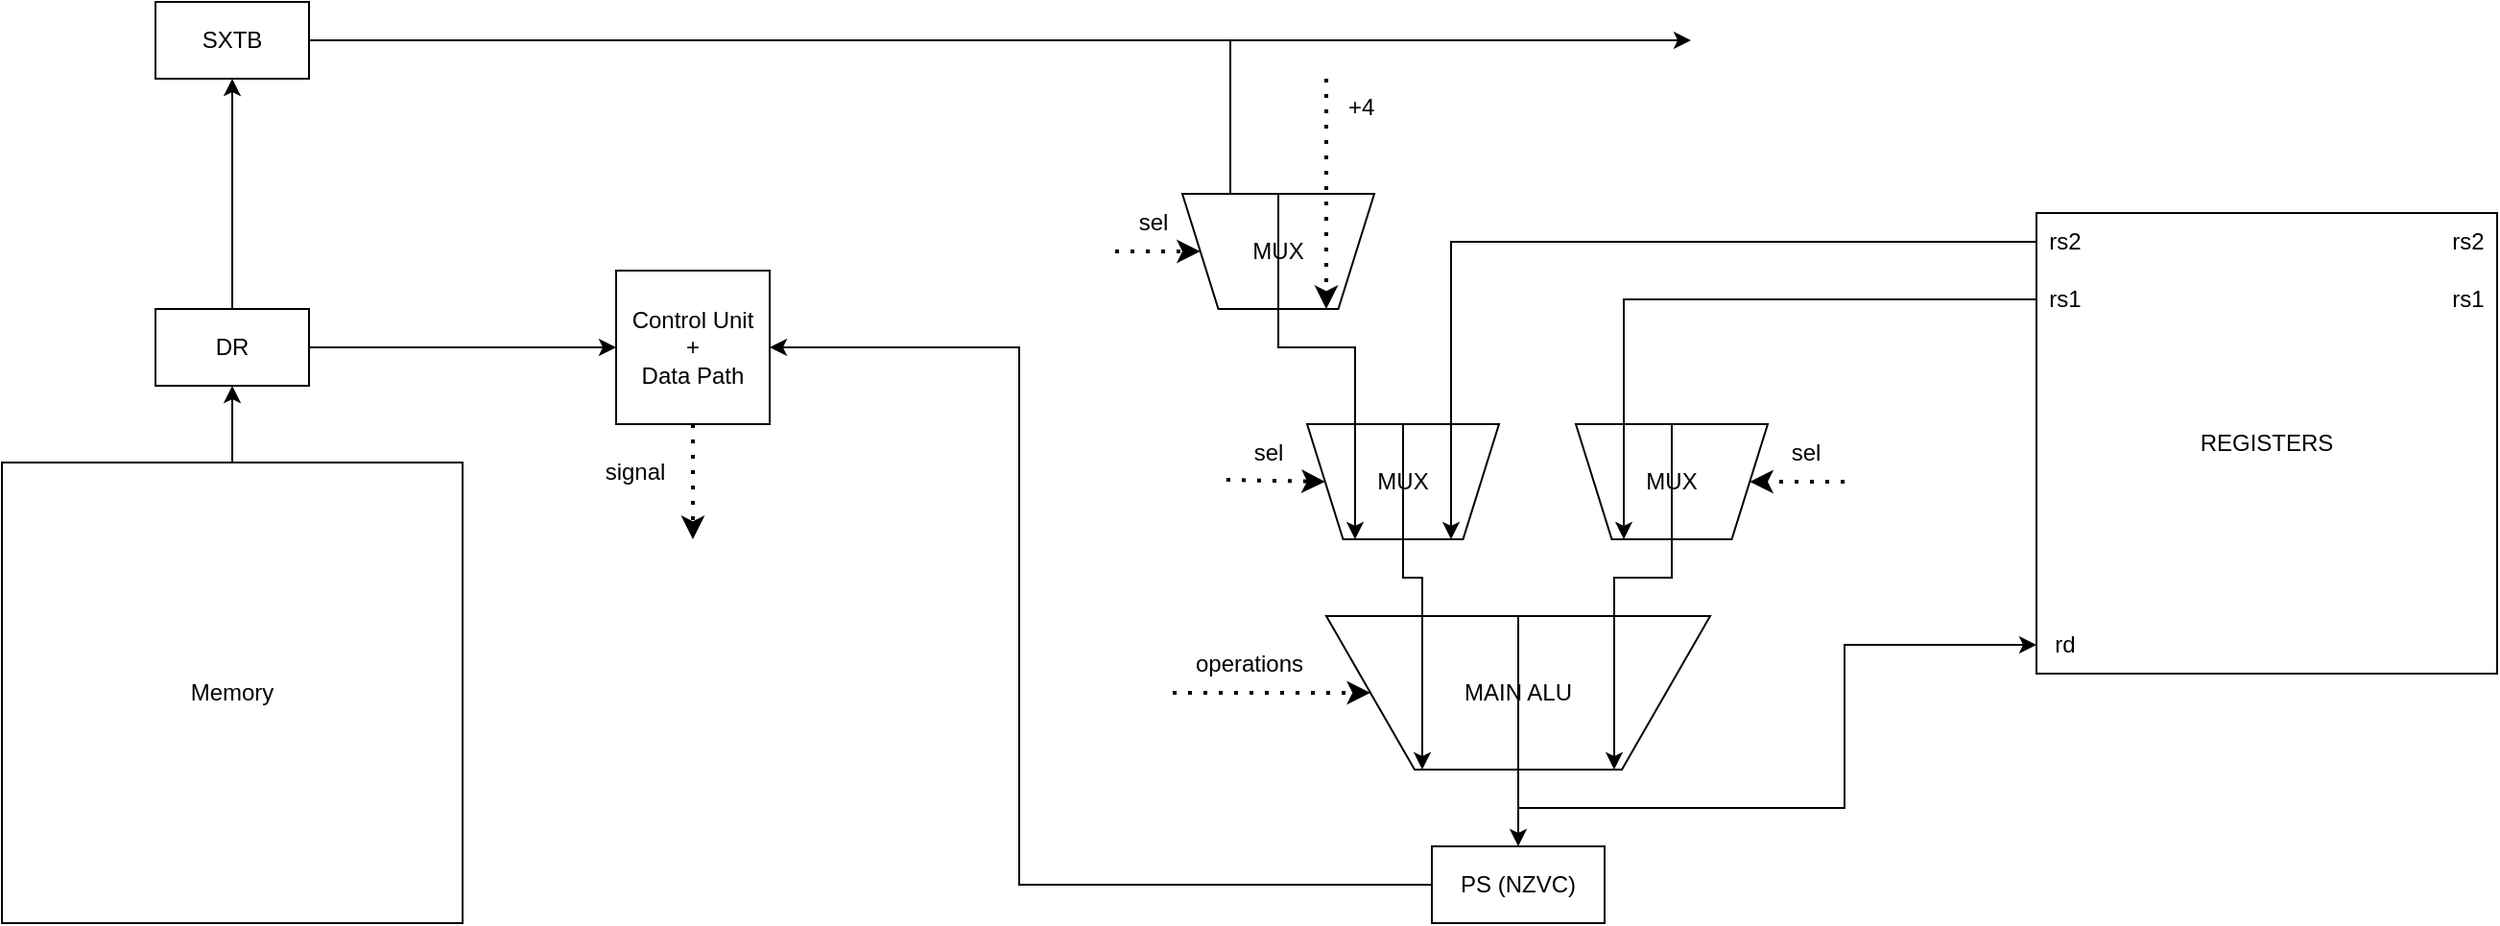
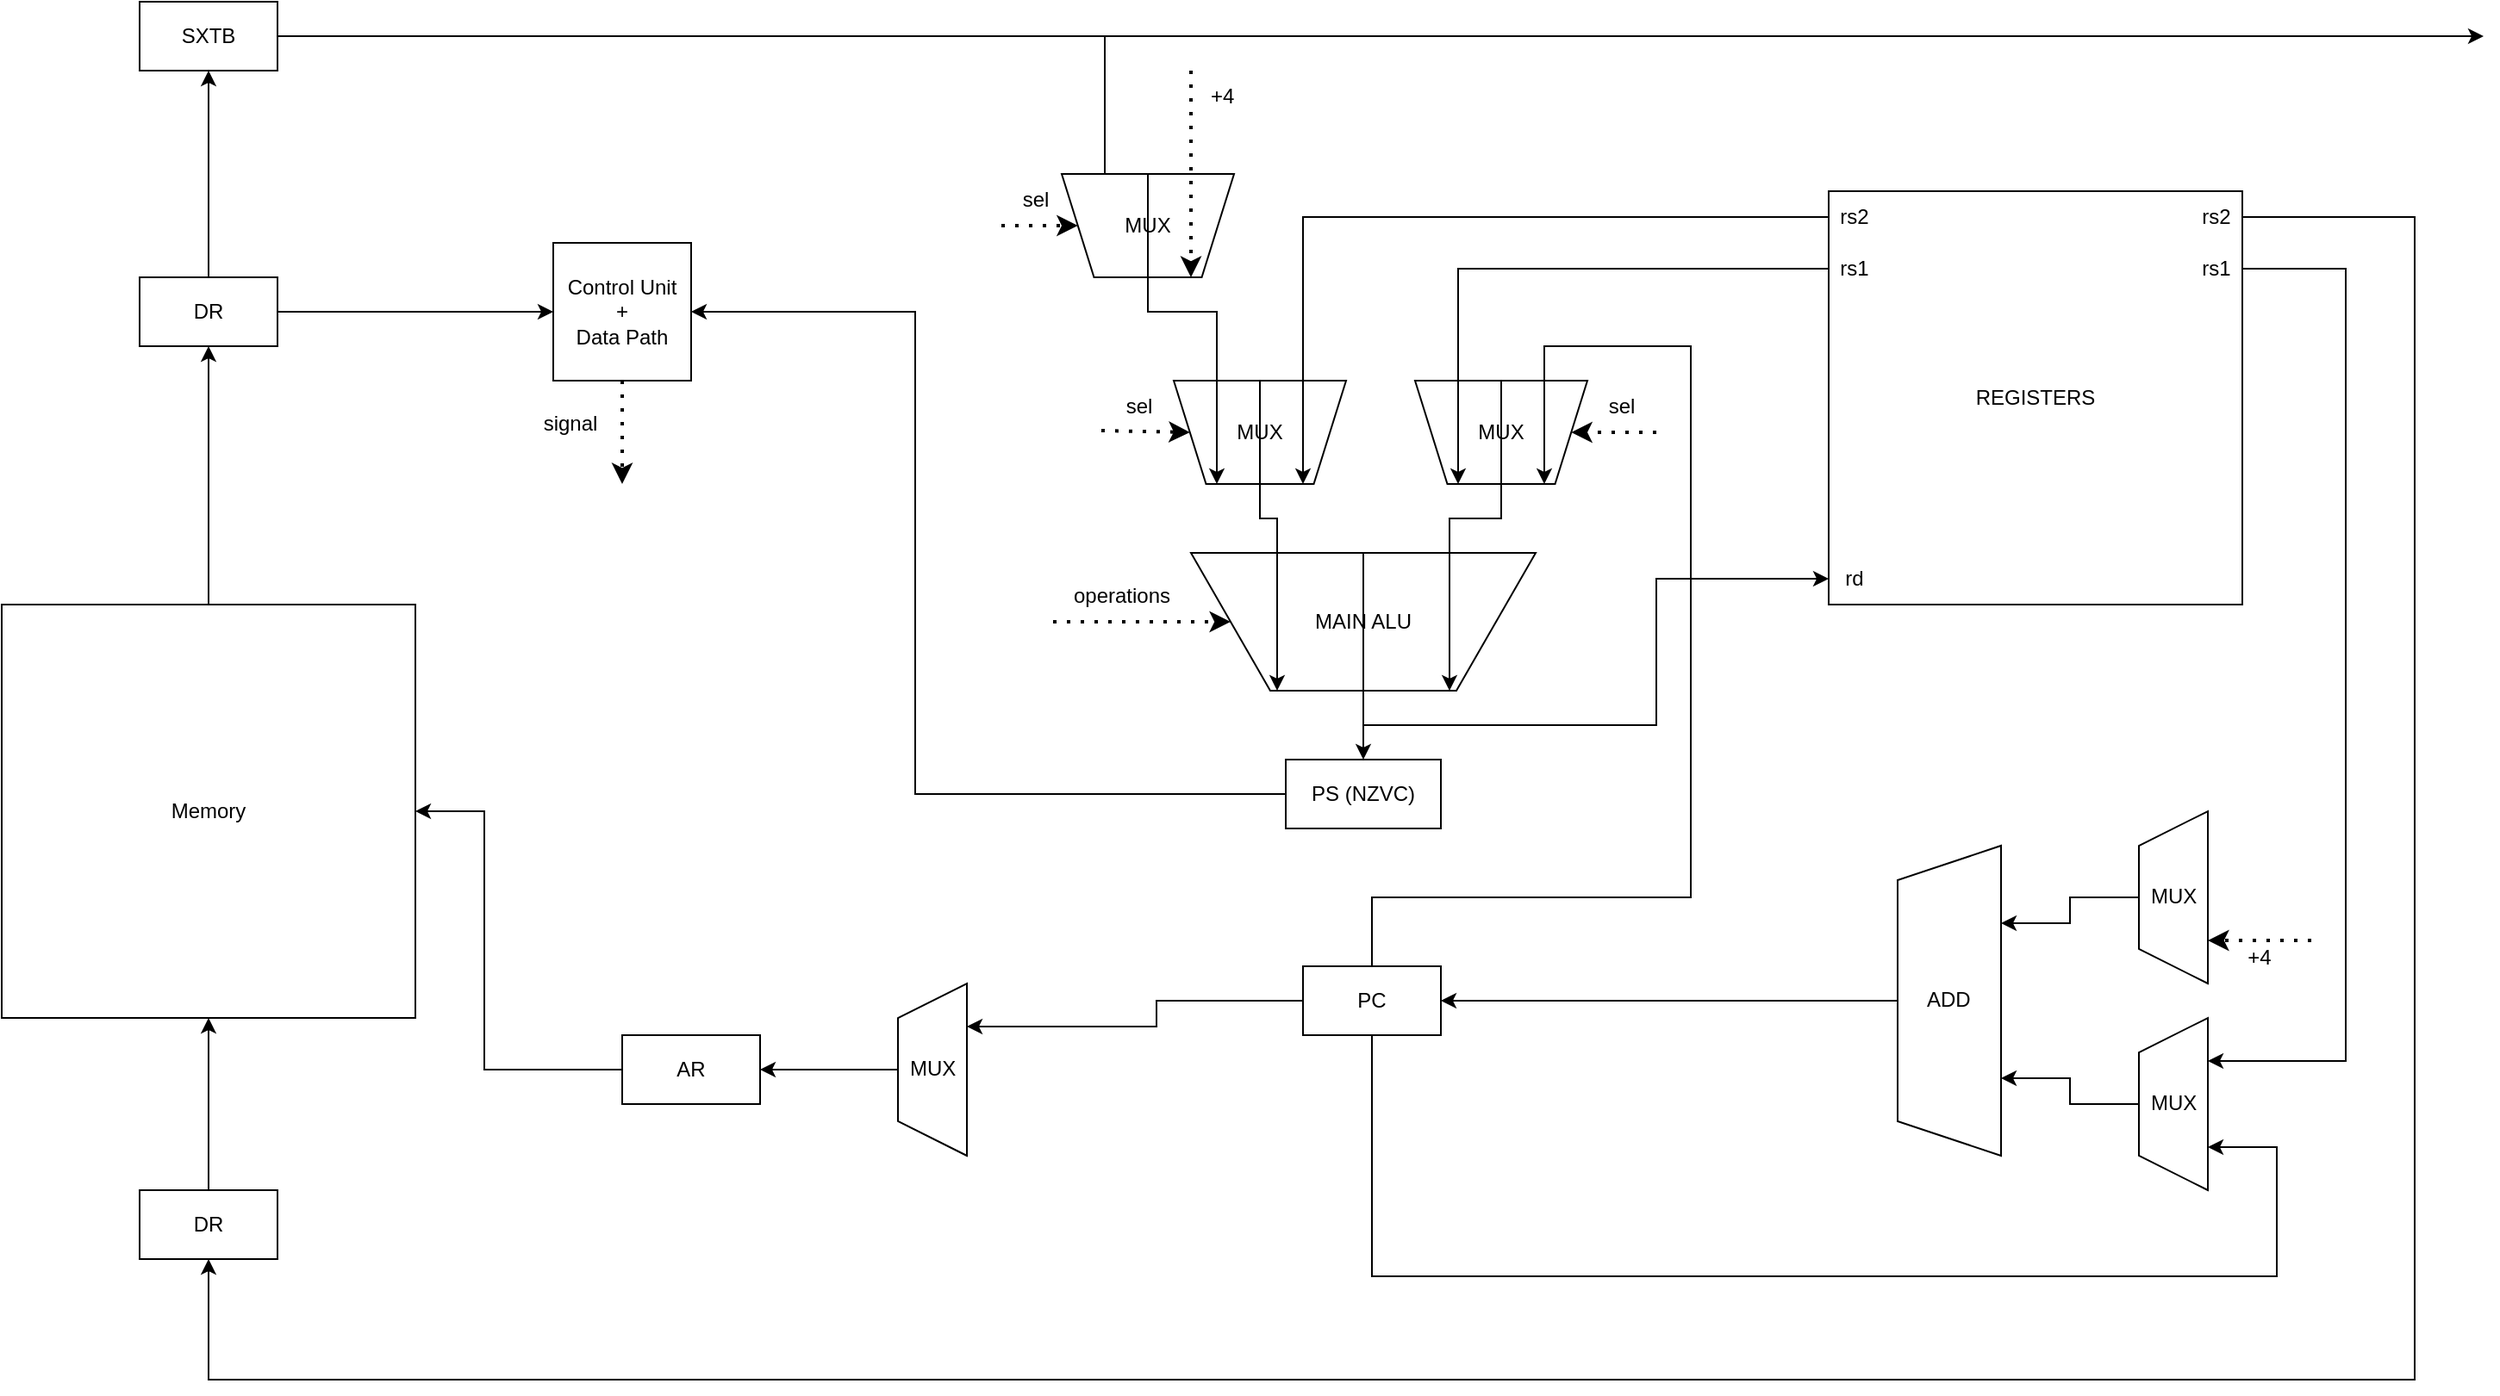
<mxfile host="app.diagrams.net">
  <diagram name="Страница-1" id="GEiXiWzBqvptXLFWwNAM">
-     <mxGraphModel dx="886" dy="1378" grid="1" gridSize="10" guides="1" tooltips="1" connect="1" arrows="1" fold="1" page="1" pageScale="1" pageWidth="827" pageHeight="1169" math="0" shadow="0">
+     <mxGraphModel dx="1474" dy="2310" grid="1" gridSize="10" guides="1" tooltips="1" connect="1" arrows="1" fold="1" page="1" pageScale="1" pageWidth="827" pageHeight="1169" math="0" shadow="0">
      <root>
        <mxCell id="0" />
        <mxCell id="1" parent="0" />
        <mxCell id="x7Vldp6EQ6zD9LTRAYiV-1" parent="1" style="whiteSpace=wrap;html=1;aspect=fixed;" value="Memory" vertex="1">
-           <mxGeometry height="240" width="240" x="40" y="400" as="geometry" />
+           <mxGeometry height="240" width="240" x="40" y="510" as="geometry" />
        </mxCell>
        <mxCell id="x7Vldp6EQ6zD9LTRAYiV-5" parent="1" style="rounded=0;whiteSpace=wrap;html=1;" value="DR" vertex="1">
          <mxGeometry height="40" width="80" x="120" y="320" as="geometry" />
        </mxCell>
        <mxCell id="x7Vldp6EQ6zD9LTRAYiV-6" edge="1" parent="1" source="x7Vldp6EQ6zD9LTRAYiV-1" style="endArrow=classic;html=1;rounded=0;entryX=0.5;entryY=1;entryDx=0;entryDy=0;exitX=0.5;exitY=0;exitDx=0;exitDy=0;" target="x7Vldp6EQ6zD9LTRAYiV-5" value="">
          <mxGeometry height="50" relative="1" width="50" as="geometry">
            <mxPoint x="310" y="620" as="sourcePoint" />
            <mxPoint x="360" y="570" as="targetPoint" />
          </mxGeometry>
        </mxCell>
        <mxCell id="x7Vldp6EQ6zD9LTRAYiV-7" parent="1" style="whiteSpace=wrap;html=1;aspect=fixed;" value="Control Unit&lt;br&gt;+&lt;br&gt;Data Path" vertex="1">
          <mxGeometry height="80" width="80" x="360" y="300" as="geometry" />
        </mxCell>
        <mxCell id="x7Vldp6EQ6zD9LTRAYiV-8" edge="1" parent="1" source="x7Vldp6EQ6zD9LTRAYiV-5" style="endArrow=classic;html=1;rounded=0;exitX=1;exitY=0.5;exitDx=0;exitDy=0;entryX=0;entryY=0.5;entryDx=0;entryDy=0;" target="x7Vldp6EQ6zD9LTRAYiV-7" value="">
          <mxGeometry height="50" relative="1" width="50" as="geometry">
            <mxPoint x="310" y="620" as="sourcePoint" />
            <mxPoint x="360" y="570" as="targetPoint" />
          </mxGeometry>
        </mxCell>
        <mxCell id="x7Vldp6EQ6zD9LTRAYiV-9" edge="1" parent="1" source="x7Vldp6EQ6zD9LTRAYiV-7" style="endArrow=classic;dashed=1;html=1;dashPattern=1 3;strokeWidth=2;rounded=0;endFill=1;exitX=0.5;exitY=1;exitDx=0;exitDy=0;" value="">
          <mxGeometry height="50" relative="1" width="50" as="geometry">
            <mxPoint x="520" y="340" as="sourcePoint" />
            <mxPoint x="400" y="440" as="targetPoint" />
          </mxGeometry>
        </mxCell>
        <mxCell id="x7Vldp6EQ6zD9LTRAYiV-10" parent="1" style="text;html=1;whiteSpace=wrap;strokeColor=none;fillColor=none;align=center;verticalAlign=middle;rounded=0;" value="signal" vertex="1">
          <mxGeometry height="30" width="60" x="340" y="390" as="geometry" />
        </mxCell>
        <mxCell id="x7Vldp6EQ6zD9LTRAYiV-11" parent="1" style="rounded=0;whiteSpace=wrap;html=1;" value="SXTB" vertex="1">
          <mxGeometry height="40" width="80" x="120" y="160" as="geometry" />
        </mxCell>
        <mxCell id="x7Vldp6EQ6zD9LTRAYiV-12" edge="1" parent="1" source="x7Vldp6EQ6zD9LTRAYiV-5" style="endArrow=classic;html=1;rounded=0;entryX=0.5;entryY=1;entryDx=0;entryDy=0;exitX=0.5;exitY=0;exitDx=0;exitDy=0;" target="x7Vldp6EQ6zD9LTRAYiV-11" value="">
          <mxGeometry height="50" relative="1" width="50" as="geometry">
            <mxPoint x="310" y="610" as="sourcePoint" />
            <mxPoint x="360" y="560" as="targetPoint" />
          </mxGeometry>
        </mxCell>
        <mxCell id="x7Vldp6EQ6zD9LTRAYiV-13" edge="1" parent="1" source="x7Vldp6EQ6zD9LTRAYiV-11" style="endArrow=none;html=1;rounded=0;exitX=1;exitY=0.5;exitDx=0;exitDy=0;" value="">
          <mxGeometry height="50" relative="1" width="50" as="geometry">
            <mxPoint x="430" y="610" as="sourcePoint" />
            <mxPoint x="680" y="180" as="targetPoint" />
          </mxGeometry>
        </mxCell>
        <mxCell id="x7Vldp6EQ6zD9LTRAYiV-14" edge="1" parent="1" style="endArrow=classic;html=1;rounded=0;entryX=0.25;entryY=1;entryDx=0;entryDy=0;" target="x7Vldp6EQ6zD9LTRAYiV-19" value="">
          <mxGeometry height="50" relative="1" width="50" as="geometry">
            <mxPoint x="680" y="180" as="sourcePoint" />
            <mxPoint x="680" y="240" as="targetPoint" />
          </mxGeometry>
        </mxCell>
        <mxCell id="x7Vldp6EQ6zD9LTRAYiV-19" parent="1" style="verticalLabelPosition=middle;verticalAlign=middle;html=1;shape=trapezoid;perimeter=trapezoidPerimeter;whiteSpace=wrap;size=0.1875;arcSize=10;flipV=1;labelPosition=center;align=center;legacyAnchorPoints=0;" value="MUX" vertex="1">
          <mxGeometry height="60" width="100" x="655" y="260" as="geometry" />
        </mxCell>
        <mxCell id="x7Vldp6EQ6zD9LTRAYiV-20" edge="1" parent="1" style="endArrow=classic;dashed=1;html=1;dashPattern=1 3;strokeWidth=2;rounded=0;endFill=1;entryX=0.75;entryY=1;entryDx=0;entryDy=0;" target="x7Vldp6EQ6zD9LTRAYiV-19" value="">
          <mxGeometry height="50" relative="1" width="50" as="geometry">
            <mxPoint x="730" y="200" as="sourcePoint" />
            <mxPoint x="480" y="560" as="targetPoint" />
          </mxGeometry>
        </mxCell>
        <mxCell id="sT7651sGw5_s3yPxZHYy-1" edge="1" parent="1" style="endArrow=classic;html=1;rounded=0;" value="">
          <mxGeometry height="50" relative="1" width="50" as="geometry">
            <mxPoint x="680" y="180" as="sourcePoint" />
-             <mxPoint x="920" y="180" as="targetPoint" />
+             <mxPoint x="1480" y="180" as="targetPoint" />
          </mxGeometry>
        </mxCell>
        <mxCell id="sT7651sGw5_s3yPxZHYy-2" parent="1" style="text;html=1;whiteSpace=wrap;strokeColor=none;fillColor=none;align=center;verticalAlign=middle;rounded=0;" value="+4&amp;nbsp;" vertex="1">
          <mxGeometry height="30" width="40" x="730" y="200" as="geometry" />
        </mxCell>
        <mxCell id="sT7651sGw5_s3yPxZHYy-4" parent="1" style="verticalLabelPosition=middle;verticalAlign=middle;html=1;shape=trapezoid;perimeter=trapezoidPerimeter;whiteSpace=wrap;size=0.1875;arcSize=10;flipV=1;labelPosition=center;align=center;legacyAnchorPoints=0;" value="MUX" vertex="1">
          <mxGeometry height="60" width="100" x="720" y="380" as="geometry" />
        </mxCell>
        <mxCell id="sT7651sGw5_s3yPxZHYy-5" edge="1" parent="1" source="x7Vldp6EQ6zD9LTRAYiV-19" style="endArrow=classic;html=1;rounded=0;exitX=0.5;exitY=0;exitDx=0;exitDy=0;entryX=0.25;entryY=1;entryDx=0;entryDy=0;" target="sT7651sGw5_s3yPxZHYy-4" value="">
          <mxGeometry height="50" relative="1" width="50" as="geometry">
            <Array as="points">
              <mxPoint x="705" y="340" />
              <mxPoint x="745" y="340" />
            </Array>
            <mxPoint x="650" y="510" as="sourcePoint" />
            <mxPoint x="720" y="460" as="targetPoint" />
          </mxGeometry>
        </mxCell>
        <mxCell id="sT7651sGw5_s3yPxZHYy-7" parent="1" style="verticalLabelPosition=middle;verticalAlign=middle;html=1;shape=trapezoid;perimeter=trapezoidPerimeter;whiteSpace=wrap;size=0.1875;arcSize=10;flipV=1;labelPosition=center;align=center;legacyAnchorPoints=0;" value="MUX" vertex="1">
          <mxGeometry height="60" width="100" x="860" y="380" as="geometry" />
        </mxCell>
        <mxCell id="sT7651sGw5_s3yPxZHYy-8" edge="1" parent="1" style="endArrow=classic;dashed=1;html=1;dashPattern=1 3;strokeWidth=2;rounded=0;endFill=1;entryX=0;entryY=0.5;entryDx=0;entryDy=0;" target="x7Vldp6EQ6zD9LTRAYiV-19" value="">
          <mxGeometry height="50" relative="1" width="50" as="geometry">
            <mxPoint x="620" y="290" as="sourcePoint" />
            <mxPoint x="660" y="450" as="targetPoint" />
          </mxGeometry>
        </mxCell>
        <mxCell id="sT7651sGw5_s3yPxZHYy-9" edge="1" parent="1" source="sT7651sGw5_s3yPxZHYy-11" style="endArrow=classic;dashed=1;html=1;dashPattern=1 3;strokeWidth=2;rounded=0;endFill=1;entryX=0;entryY=0.5;entryDx=0;entryDy=0;exitX=0.133;exitY=0.967;exitDx=0;exitDy=0;exitPerimeter=0;" target="sT7651sGw5_s3yPxZHYy-4" value="">
          <mxGeometry height="50" relative="1" width="50" as="geometry">
            <mxPoint x="640" y="410" as="sourcePoint" />
            <mxPoint x="684" y="460" as="targetPoint" />
          </mxGeometry>
        </mxCell>
        <mxCell id="sT7651sGw5_s3yPxZHYy-10" edge="1" parent="1" style="endArrow=classic;dashed=1;html=1;dashPattern=1 3;strokeWidth=2;rounded=0;endFill=1;entryX=1;entryY=0.5;entryDx=0;entryDy=0;" target="sT7651sGw5_s3yPxZHYy-7" value="">
          <mxGeometry height="50" relative="1" width="50" as="geometry">
            <mxPoint x="1000" y="410" as="sourcePoint" />
            <mxPoint x="1124" y="520" as="targetPoint" />
          </mxGeometry>
        </mxCell>
        <mxCell id="sT7651sGw5_s3yPxZHYy-11" parent="1" style="text;html=1;whiteSpace=wrap;strokeColor=none;fillColor=none;align=center;verticalAlign=middle;rounded=0;" value="sel" vertex="1">
          <mxGeometry height="30" width="60" x="670" y="380" as="geometry" />
        </mxCell>
        <mxCell id="sT7651sGw5_s3yPxZHYy-12" parent="1" style="text;html=1;whiteSpace=wrap;strokeColor=none;fillColor=none;align=center;verticalAlign=middle;rounded=0;" value="sel" vertex="1">
          <mxGeometry height="30" width="60" x="610" y="260" as="geometry" />
        </mxCell>
        <mxCell id="sT7651sGw5_s3yPxZHYy-13" parent="1" style="text;html=1;whiteSpace=wrap;strokeColor=none;fillColor=none;align=center;verticalAlign=middle;rounded=0;" value="sel" vertex="1">
          <mxGeometry height="30" width="60" x="950" y="380" as="geometry" />
        </mxCell>
        <mxCell id="sT7651sGw5_s3yPxZHYy-16" parent="1" style="verticalLabelPosition=middle;verticalAlign=middle;html=1;shape=trapezoid;perimeter=trapezoidPerimeter;whiteSpace=wrap;size=0.23;arcSize=10;flipV=1;labelPosition=center;align=center;legacyAnchorPoints=0;" value="MAIN ALU" vertex="1">
          <mxGeometry height="80" width="200" x="730" y="480" as="geometry" />
        </mxCell>
        <mxCell id="sT7651sGw5_s3yPxZHYy-17" edge="1" parent="1" source="sT7651sGw5_s3yPxZHYy-4" style="endArrow=classic;html=1;rounded=0;entryX=0.25;entryY=1;entryDx=0;entryDy=0;exitX=0.5;exitY=0;exitDx=0;exitDy=0;" target="sT7651sGw5_s3yPxZHYy-16" value="">
          <mxGeometry height="50" relative="1" width="50" as="geometry">
            <Array as="points">
              <mxPoint x="770" y="460" />
              <mxPoint x="780" y="460" />
            </Array>
            <mxPoint x="630" y="500" as="sourcePoint" />
            <mxPoint x="680" y="450" as="targetPoint" />
          </mxGeometry>
        </mxCell>
        <mxCell id="sT7651sGw5_s3yPxZHYy-18" edge="1" parent="1" source="sT7651sGw5_s3yPxZHYy-7" style="endArrow=classic;html=1;rounded=0;exitX=0.5;exitY=0;exitDx=0;exitDy=0;entryX=0.75;entryY=1;entryDx=0;entryDy=0;" target="sT7651sGw5_s3yPxZHYy-16" value="">
          <mxGeometry height="50" relative="1" width="50" as="geometry">
            <Array as="points">
              <mxPoint x="910" y="460" />
              <mxPoint x="880" y="460" />
            </Array>
            <mxPoint x="630" y="500" as="sourcePoint" />
            <mxPoint x="680" y="450" as="targetPoint" />
          </mxGeometry>
        </mxCell>
        <mxCell id="sT7651sGw5_s3yPxZHYy-21" edge="1" parent="1" style="endArrow=classic;dashed=1;html=1;dashPattern=1 3;strokeWidth=2;rounded=0;endFill=1;" target="sT7651sGw5_s3yPxZHYy-16" value="">
          <mxGeometry height="50" relative="1" width="50" as="geometry">
            <mxPoint x="650" y="520" as="sourcePoint" />
            <mxPoint x="650" y="550" as="targetPoint" />
          </mxGeometry>
        </mxCell>
        <mxCell id="sT7651sGw5_s3yPxZHYy-22" parent="1" style="text;html=1;whiteSpace=wrap;strokeColor=none;fillColor=none;align=center;verticalAlign=middle;rounded=0;" value="operations" vertex="1">
          <mxGeometry height="30" width="60" x="660" y="490" as="geometry" />
        </mxCell>
        <mxCell id="sT7651sGw5_s3yPxZHYy-23" parent="1" style="rounded=0;whiteSpace=wrap;html=1;" value="PS (NZVC)" vertex="1">
          <mxGeometry height="40" width="90" x="785" y="600" as="geometry" />
        </mxCell>
        <mxCell id="sT7651sGw5_s3yPxZHYy-24" edge="1" parent="1" source="sT7651sGw5_s3yPxZHYy-16" style="endArrow=classic;html=1;rounded=0;exitX=0.5;exitY=0;exitDx=0;exitDy=0;entryX=0.5;entryY=0;entryDx=0;entryDy=0;" target="sT7651sGw5_s3yPxZHYy-23" value="">
          <mxGeometry height="50" relative="1" width="50" as="geometry">
            <mxPoint x="700" y="540" as="sourcePoint" />
            <mxPoint x="750" y="490" as="targetPoint" />
          </mxGeometry>
        </mxCell>
        <mxCell id="sT7651sGw5_s3yPxZHYy-25" edge="1" parent="1" source="sT7651sGw5_s3yPxZHYy-23" style="endArrow=classic;html=1;rounded=0;exitX=0;exitY=0.5;exitDx=0;exitDy=0;entryX=1;entryY=0.5;entryDx=0;entryDy=0;" target="x7Vldp6EQ6zD9LTRAYiV-7" value="">
          <mxGeometry height="50" relative="1" width="50" as="geometry">
            <Array as="points">
              <mxPoint x="570" y="620" />
              <mxPoint x="570" y="340" />
            </Array>
            <mxPoint x="590" y="540" as="sourcePoint" />
            <mxPoint x="640" y="490" as="targetPoint" />
          </mxGeometry>
        </mxCell>
        <mxCell id="sT7651sGw5_s3yPxZHYy-29" parent="1" style="whiteSpace=wrap;html=1;aspect=fixed;" value="REGISTERS" vertex="1">
          <mxGeometry height="240" width="240" x="1100" y="270" as="geometry" />
        </mxCell>
        <mxCell id="sT7651sGw5_s3yPxZHYy-30" parent="1" style="text;html=1;whiteSpace=wrap;strokeColor=none;fillColor=none;align=center;verticalAlign=middle;rounded=0;" value="rs2" vertex="1">
          <mxGeometry height="30" width="30" x="1100" y="270" as="geometry" />
        </mxCell>
        <mxCell id="sT7651sGw5_s3yPxZHYy-31" parent="1" style="text;html=1;whiteSpace=wrap;strokeColor=none;fillColor=none;align=center;verticalAlign=middle;rounded=0;" value="rs1" vertex="1">
          <mxGeometry height="30" width="30" x="1100" y="300" as="geometry" />
        </mxCell>
        <mxCell id="sT7651sGw5_s3yPxZHYy-32" parent="1" style="text;html=1;whiteSpace=wrap;strokeColor=none;fillColor=none;align=center;verticalAlign=middle;rounded=0;" value="rs2" vertex="1">
          <mxGeometry height="30" width="30" x="1310" y="270" as="geometry" />
        </mxCell>
        <mxCell id="sT7651sGw5_s3yPxZHYy-33" parent="1" style="text;html=1;whiteSpace=wrap;strokeColor=none;fillColor=none;align=center;verticalAlign=middle;rounded=0;" value="rs1" vertex="1">
          <mxGeometry height="30" width="30" x="1310" y="300" as="geometry" />
        </mxCell>
        <mxCell id="sT7651sGw5_s3yPxZHYy-34" parent="1" style="text;html=1;whiteSpace=wrap;strokeColor=none;fillColor=none;align=center;verticalAlign=middle;rounded=0;" value="rd" vertex="1">
          <mxGeometry height="30" width="30" x="1100" y="480" as="geometry" />
        </mxCell>
        <mxCell id="sT7651sGw5_s3yPxZHYy-35" edge="1" parent="1" style="endArrow=classic;html=1;rounded=0;entryX=0;entryY=0.5;entryDx=0;entryDy=0;" target="sT7651sGw5_s3yPxZHYy-34" value="">
          <mxGeometry height="50" relative="1" width="50" as="geometry">
            <Array as="points">
              <mxPoint x="1000" y="580" />
              <mxPoint x="1000" y="495" />
            </Array>
            <mxPoint x="830" y="580" as="sourcePoint" />
            <mxPoint x="1030" y="590" as="targetPoint" />
          </mxGeometry>
        </mxCell>
        <mxCell id="sT7651sGw5_s3yPxZHYy-36" edge="1" parent="1" source="sT7651sGw5_s3yPxZHYy-30" style="endArrow=classic;html=1;rounded=0;exitX=0;exitY=0.5;exitDx=0;exitDy=0;entryX=0.75;entryY=1;entryDx=0;entryDy=0;" target="sT7651sGw5_s3yPxZHYy-4" value="">
          <mxGeometry height="50" relative="1" width="50" as="geometry">
            <Array as="points">
              <mxPoint x="795" y="285" />
            </Array>
            <mxPoint x="1040" y="320" as="sourcePoint" />
            <mxPoint x="790" y="300" as="targetPoint" />
          </mxGeometry>
        </mxCell>
        <mxCell id="sT7651sGw5_s3yPxZHYy-37" edge="1" parent="1" source="sT7651sGw5_s3yPxZHYy-31" style="endArrow=classic;html=1;rounded=0;exitX=0;exitY=0.5;exitDx=0;exitDy=0;entryX=0.25;entryY=1;entryDx=0;entryDy=0;" target="sT7651sGw5_s3yPxZHYy-7" value="">
          <mxGeometry height="50" relative="1" width="50" as="geometry">
            <Array as="points">
              <mxPoint x="885" y="315" />
            </Array>
            <mxPoint x="1039.9999999999998" y="320" as="sourcePoint" />
            <mxPoint x="900" y="350" as="targetPoint" />
+           </mxGeometry>
+         </mxCell>
+         <mxCell id="sT7651sGw5_s3yPxZHYy-39" parent="1" style="rounded=0;whiteSpace=wrap;html=1;" value="DR" vertex="1">
+           <mxGeometry height="40" width="80" x="120" y="850" as="geometry" />
+         </mxCell>
+         <mxCell id="sT7651sGw5_s3yPxZHYy-40" edge="1" parent="1" source="sT7651sGw5_s3yPxZHYy-39" style="endArrow=classic;html=1;rounded=0;entryX=0.5;entryY=1;entryDx=0;entryDy=0;exitX=0.5;exitY=0;exitDx=0;exitDy=0;" target="x7Vldp6EQ6zD9LTRAYiV-1" value="">
+           <mxGeometry height="50" relative="1" width="50" as="geometry">
+             <mxPoint x="310" y="920" as="sourcePoint" />
+             <mxPoint x="360" y="870" as="targetPoint" />
+           </mxGeometry>
+         </mxCell>
+         <mxCell id="sT7651sGw5_s3yPxZHYy-41" parent="1" style="rounded=0;whiteSpace=wrap;html=1;" value="AR" vertex="1">
+           <mxGeometry height="40" width="80" x="400" y="760" as="geometry" />
+         </mxCell>
+         <mxCell id="sT7651sGw5_s3yPxZHYy-43" edge="1" parent="1" source="sT7651sGw5_s3yPxZHYy-41" style="endArrow=classic;html=1;rounded=0;entryX=1;entryY=0.5;entryDx=0;entryDy=0;exitX=0;exitY=0.5;exitDx=0;exitDy=0;" target="x7Vldp6EQ6zD9LTRAYiV-1" value="">
+           <mxGeometry height="50" relative="1" width="50" as="geometry">
+             <Array as="points">
+               <mxPoint x="320" y="780" />
+               <mxPoint x="320" y="630" />
+             </Array>
+             <mxPoint x="300" y="820" as="sourcePoint" />
+             <mxPoint x="350" y="770" as="targetPoint" />
+           </mxGeometry>
+         </mxCell>
+         <mxCell id="sT7651sGw5_s3yPxZHYy-46" parent="1" style="shape=trapezoid;perimeter=trapezoidPerimeter;whiteSpace=wrap;html=1;fixedSize=1;rotation=-90;textDirection=vertical-rl;" value="MUX" vertex="1">
+           <mxGeometry height="40" width="100" x="530" y="760" as="geometry" />
+         </mxCell>
+         <mxCell id="sT7651sGw5_s3yPxZHYy-47" edge="1" parent="1" source="sT7651sGw5_s3yPxZHYy-46" style="endArrow=classic;html=1;rounded=0;entryX=1;entryY=0.5;entryDx=0;entryDy=0;" target="sT7651sGw5_s3yPxZHYy-41" value="">
+           <mxGeometry height="50" relative="1" width="50" as="geometry">
+             <mxPoint x="460" y="950" as="sourcePoint" />
+             <mxPoint x="510" y="900" as="targetPoint" />
+           </mxGeometry>
+         </mxCell>
+         <mxCell id="sT7651sGw5_s3yPxZHYy-48" parent="1" style="rounded=0;whiteSpace=wrap;html=1;" value="PC" vertex="1">
+           <mxGeometry height="40" width="80" x="795" y="720" as="geometry" />
+         </mxCell>
+         <mxCell id="sT7651sGw5_s3yPxZHYy-49" edge="1" parent="1" source="sT7651sGw5_s3yPxZHYy-48" style="endArrow=classic;html=1;rounded=0;entryX=0.75;entryY=1;entryDx=0;entryDy=0;exitX=0;exitY=0.5;exitDx=0;exitDy=0;" target="sT7651sGw5_s3yPxZHYy-46" value="">
+           <mxGeometry height="50" relative="1" width="50" as="geometry">
+             <Array as="points">
+               <mxPoint x="710" y="740" />
+               <mxPoint x="710" y="755" />
+             </Array>
+             <mxPoint x="690" y="930" as="sourcePoint" />
+             <mxPoint x="740" y="880" as="targetPoint" />
+           </mxGeometry>
+         </mxCell>
+         <mxCell id="sT7651sGw5_s3yPxZHYy-51" edge="1" parent="1" source="sT7651sGw5_s3yPxZHYy-48" style="endArrow=classic;html=1;rounded=0;exitX=0.5;exitY=0;exitDx=0;exitDy=0;entryX=0.75;entryY=1;entryDx=0;entryDy=0;" target="sT7651sGw5_s3yPxZHYy-7" value="">
+           <mxGeometry height="50" relative="1" width="50" as="geometry">
+             <Array as="points">
+               <mxPoint x="835" y="680" />
+               <mxPoint x="1020" y="680" />
+               <mxPoint x="1020" y="360" />
+               <mxPoint x="935" y="360" />
+             </Array>
+             <mxPoint x="1010" y="770" as="sourcePoint" />
+             <mxPoint x="1060" y="720" as="targetPoint" />
+           </mxGeometry>
+         </mxCell>
+         <mxCell id="sT7651sGw5_s3yPxZHYy-53" parent="1" style="shape=trapezoid;perimeter=trapezoidPerimeter;whiteSpace=wrap;html=1;fixedSize=1;rotation=-90;textDirection=vertical-rl;" value="ADD" vertex="1">
+           <mxGeometry height="60" width="180" x="1080" y="710" as="geometry" />
+         </mxCell>
+         <mxCell id="sT7651sGw5_s3yPxZHYy-54" edge="1" parent="1" source="sT7651sGw5_s3yPxZHYy-53" style="endArrow=classic;html=1;rounded=0;entryX=1;entryY=0.5;entryDx=0;entryDy=0;exitX=0.5;exitY=0;exitDx=0;exitDy=0;" target="sT7651sGw5_s3yPxZHYy-48" value="">
+           <mxGeometry height="50" relative="1" width="50" as="geometry">
+             <mxPoint x="890" y="890" as="sourcePoint" />
+             <mxPoint x="940" y="840" as="targetPoint" />
+           </mxGeometry>
+         </mxCell>
+         <mxCell id="sT7651sGw5_s3yPxZHYy-56" parent="1" style="shape=trapezoid;perimeter=trapezoidPerimeter;whiteSpace=wrap;html=1;fixedSize=1;rotation=-90;textDirection=vertical-rl;" value="MUX" vertex="1">
+           <mxGeometry height="40" width="100" x="1250" y="660" as="geometry" />
+         </mxCell>
+         <mxCell id="sT7651sGw5_s3yPxZHYy-57" parent="1" style="shape=trapezoid;perimeter=trapezoidPerimeter;whiteSpace=wrap;html=1;fixedSize=1;rotation=-90;textDirection=vertical-rl;" value="MUX" vertex="1">
+           <mxGeometry height="40" width="100" x="1250" y="780" as="geometry" />
+         </mxCell>
+         <mxCell id="sT7651sGw5_s3yPxZHYy-58" edge="1" parent="1" source="sT7651sGw5_s3yPxZHYy-57" style="endArrow=classic;html=1;rounded=0;entryX=0.25;entryY=1;entryDx=0;entryDy=0;exitX=0.5;exitY=0;exitDx=0;exitDy=0;" target="sT7651sGw5_s3yPxZHYy-53" value="">
+           <mxGeometry height="50" relative="1" width="50" as="geometry">
+             <Array as="points">
+               <mxPoint x="1240" y="800" />
+               <mxPoint x="1240" y="785" />
+             </Array>
+             <mxPoint x="1170" y="890" as="sourcePoint" />
+             <mxPoint x="1220" y="840" as="targetPoint" />
+           </mxGeometry>
+         </mxCell>
+         <mxCell id="sT7651sGw5_s3yPxZHYy-59" edge="1" parent="1" source="sT7651sGw5_s3yPxZHYy-56" style="endArrow=classic;html=1;rounded=0;entryX=0.75;entryY=1;entryDx=0;entryDy=0;exitX=0.5;exitY=0;exitDx=0;exitDy=0;" target="sT7651sGw5_s3yPxZHYy-53" value="">
+           <mxGeometry height="50" relative="1" width="50" as="geometry">
+             <Array as="points">
+               <mxPoint x="1240" y="680" />
+               <mxPoint x="1240" y="695" />
+             </Array>
+             <mxPoint x="1210" y="970" as="sourcePoint" />
+             <mxPoint x="1260" y="920" as="targetPoint" />
+           </mxGeometry>
+         </mxCell>
+         <mxCell id="sT7651sGw5_s3yPxZHYy-60" edge="1" parent="1" source="sT7651sGw5_s3yPxZHYy-48" style="endArrow=classic;html=1;rounded=0;entryX=0.25;entryY=1;entryDx=0;entryDy=0;exitX=0.5;exitY=1;exitDx=0;exitDy=0;" target="sT7651sGw5_s3yPxZHYy-57" value="">
+           <mxGeometry height="50" relative="1" width="50" as="geometry">
+             <Array as="points">
+               <mxPoint x="835" y="900" />
+               <mxPoint x="1360" y="900" />
+               <mxPoint x="1360" y="825" />
+             </Array>
+             <mxPoint x="930" y="960" as="sourcePoint" />
+             <mxPoint x="980" y="910" as="targetPoint" />
+           </mxGeometry>
+         </mxCell>
+         <mxCell id="sT7651sGw5_s3yPxZHYy-61" edge="1" parent="1" source="sT7651sGw5_s3yPxZHYy-33" style="endArrow=classic;html=1;rounded=0;exitX=1;exitY=0.5;exitDx=0;exitDy=0;entryX=0.75;entryY=1;entryDx=0;entryDy=0;" target="sT7651sGw5_s3yPxZHYy-57" value="">
+           <mxGeometry height="50" relative="1" width="50" as="geometry">
+             <Array as="points">
+               <mxPoint x="1400" y="315" />
+               <mxPoint x="1400" y="775" />
+             </Array>
+             <mxPoint x="1470" y="470" as="sourcePoint" />
+             <mxPoint x="1520" y="420" as="targetPoint" />
+           </mxGeometry>
+         </mxCell>
+         <mxCell id="sT7651sGw5_s3yPxZHYy-62" edge="1" parent="1" style="endArrow=classic;dashed=1;html=1;dashPattern=1 3;strokeWidth=2;rounded=0;endFill=1;entryX=0.25;entryY=1;entryDx=0;entryDy=0;" target="sT7651sGw5_s3yPxZHYy-56" value="">
+           <mxGeometry height="50" relative="1" width="50" as="geometry">
+             <mxPoint x="1380" y="705" as="sourcePoint" />
+             <mxPoint x="1500" y="760" as="targetPoint" />
+           </mxGeometry>
+         </mxCell>
+         <mxCell id="sT7651sGw5_s3yPxZHYy-63" parent="1" style="text;html=1;whiteSpace=wrap;strokeColor=none;fillColor=none;align=center;verticalAlign=middle;rounded=0;" value="+4" vertex="1">
+           <mxGeometry height="30" width="60" x="1320" y="700" as="geometry" />
+         </mxCell>
+         <mxCell id="sT7651sGw5_s3yPxZHYy-64" edge="1" parent="1" source="sT7651sGw5_s3yPxZHYy-32" style="endArrow=classic;html=1;rounded=0;exitX=1;exitY=0.5;exitDx=0;exitDy=0;entryX=0.5;entryY=1;entryDx=0;entryDy=0;" target="sT7651sGw5_s3yPxZHYy-39" value="">
+           <mxGeometry height="50" relative="1" width="50" as="geometry">
+             <Array as="points">
+               <mxPoint x="1440" y="285" />
+               <mxPoint x="1440" y="960" />
+               <mxPoint x="160" y="960" />
+             </Array>
+             <mxPoint x="1410" y="320" as="sourcePoint" />
+             <mxPoint x="142" y="960" as="targetPoint" />
          </mxGeometry>
        </mxCell>
      </root>
    </mxGraphModel>
  </diagram>
</mxfile>
